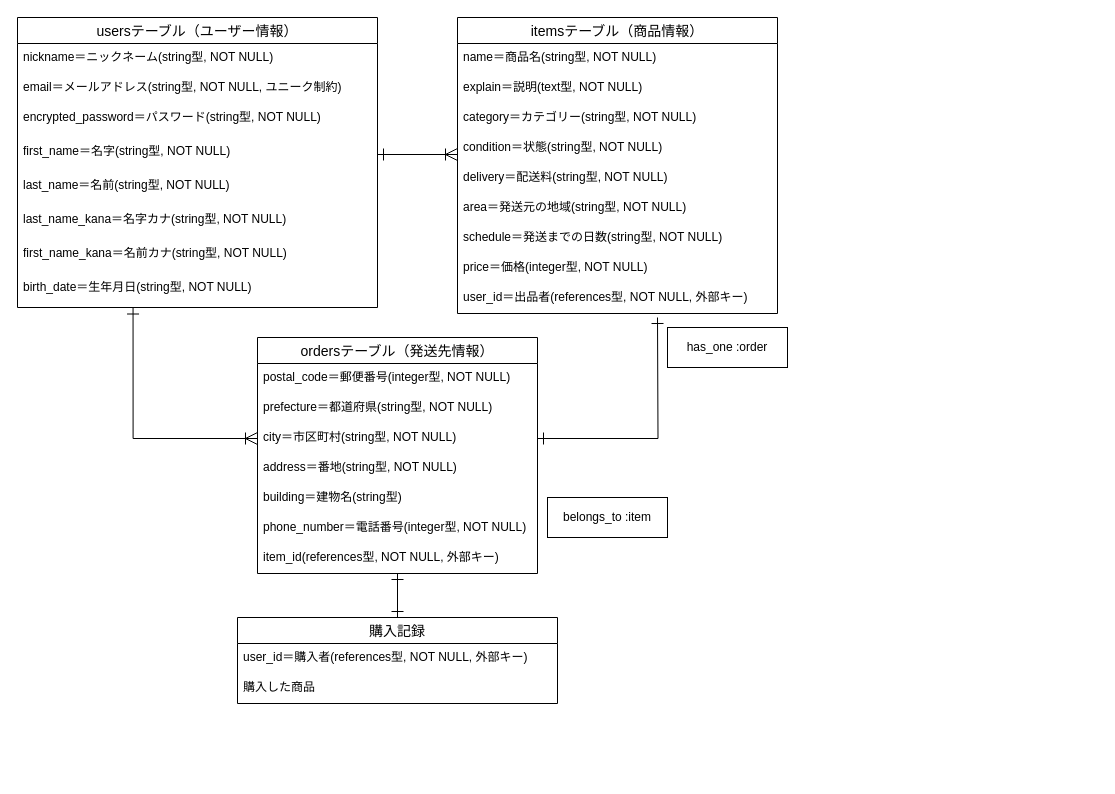
Earlier version of the draw.io diagram furima.dio (Nannaan/furima-39306). Source tidied: cells renumbered, new cells numbered last; positions are measured from the earlier drawing's top-left corner, leaving out a move shared by most shapes. Both pictures are drawn from the tidied source at 100%, with x=0, y=0 at pixel (17, 17).
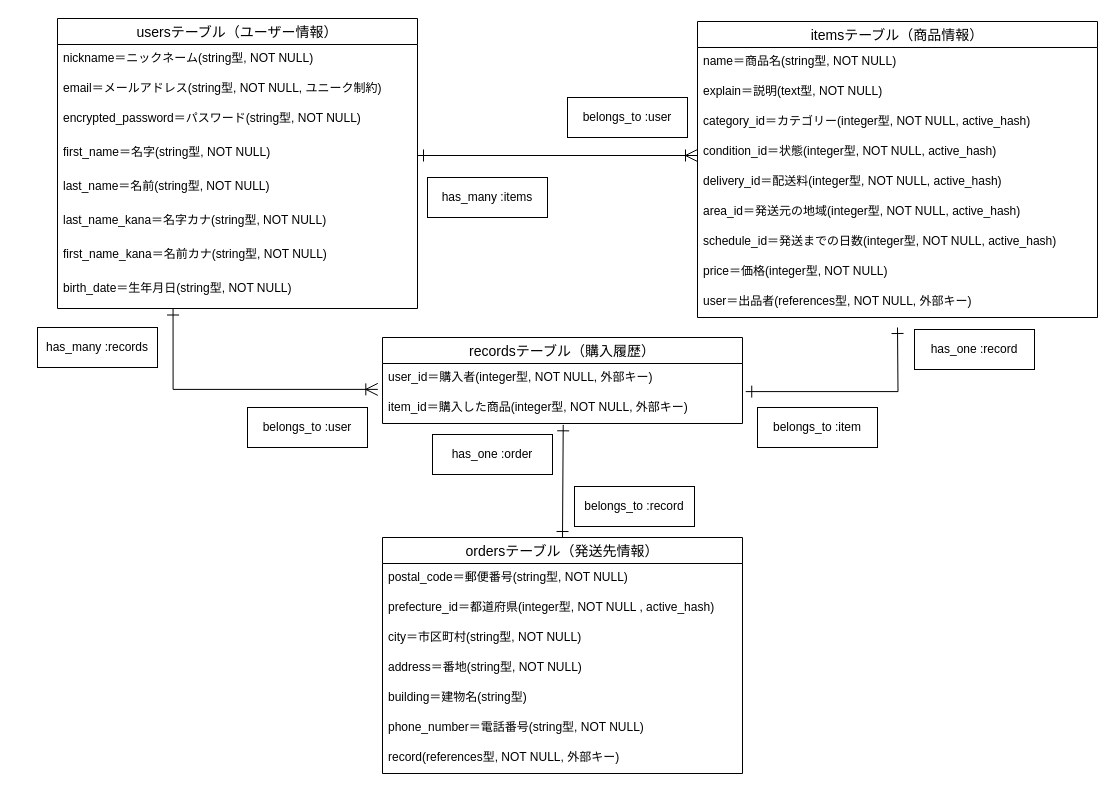
The same diagram, later.

The change refers to these unchanged cells:
```xml
<mxCell id="6" value="first_name＝名字(string型, NOT NULL)" style="text;strokeColor=none;fillColor=none;spacingLeft=4;spacingRight=4;overflow=hidden;points=[[0,0.5],[1,0.5]];portConstraint=eastwest;fontSize=12;" parent="2" vertex="1">
  <mxGeometry y="120" width="360" height="34" as="geometry" />
</mxCell>
<mxCell id="10" value="birth_date＝生年月日(string型, NOT NULL)" style="text;strokeColor=none;fillColor=none;spacingLeft=4;spacingRight=4;overflow=hidden;points=[[0,0.5],[1,0.5]];portConstraint=eastwest;fontSize=12;" parent="2" vertex="1">
  <mxGeometry y="256" width="360" height="34" as="geometry" />
</mxCell>
```

Change to the diagram source:
```diff
@@
     <mxCell id="2" value="usersテーブル（ユーザー情報）" style="swimlane;fontStyle=0;horizontal=1;startSize=26;align=center;fontSize=14;spacing=2;labelBackgroundColor=none;" parent="1" vertex="1">
-      <mxGeometry width="360" height="290" as="geometry" />
+      <mxGeometry x="40" y="1" width="360" height="290" as="geometry" />
     </mxCell>
@@
     <mxCell id="11" value="itemsテーブル（商品情報）" style="swimlane;fontStyle=0;horizontal=1;startSize=26;align=center;fontSize=14;" parent="1" vertex="1">
-      <mxGeometry x="440" width="320" height="296" as="geometry" />
+      <mxGeometry x="680" y="4" width="400" height="296" as="geometry" />
     </mxCell>
     <mxCell id="12" value="name＝商品名(string型, NOT NULL)" style="text;strokeColor=none;fillColor=none;spacingLeft=4;spacingRight=4;overflow=hidden;fontSize=12;" parent="11" vertex="1">
-      <mxGeometry y="26" width="320" height="30" as="geometry" />
+      <mxGeometry y="26" width="400" height="30" as="geometry" />
     </mxCell>
     <mxCell id="13" value="explain＝説明(text型, NOT NULL)" style="text;strokeColor=none;fillColor=none;spacingLeft=4;spacingRight=4;overflow=hidden;fontSize=12;labelBorderColor=none;" parent="11" vertex="1">
-      <mxGeometry y="56" width="320" height="30" as="geometry" />
+      <mxGeometry y="56" width="400" height="30" as="geometry" />
     </mxCell>
-    <mxCell id="14" value="category＝カテゴリー(string型, NOT NULL)" style="text;strokeColor=none;fillColor=none;spacingLeft=4;spacingRight=4;overflow=hidden;fontSize=12;" parent="11" vertex="1">
-      <mxGeometry y="86" width="320" height="30" as="geometry" />
+    <mxCell id="14" value="category_id＝カテゴリー(integer型, NOT NULL, active_hash)" style="text;strokeColor=none;fillColor=none;spacingLeft=4;spacingRight=4;overflow=hidden;fontSize=12;" parent="11" vertex="1">
+      <mxGeometry y="86" width="400" height="30" as="geometry" />
     </mxCell>
-    <mxCell id="15" value="condition＝状態(string型, NOT NULL)" style="text;strokeColor=none;fillColor=none;spacingLeft=4;spacingRight=4;overflow=hidden;fontSize=12;" parent="11" vertex="1">
-      <mxGeometry y="116" width="320" height="30" as="geometry" />
+    <mxCell id="15" value="condition_id＝状態(integer型, NOT NULL, active_hash)" style="text;strokeColor=none;fillColor=none;spacingLeft=4;spacingRight=4;overflow=hidden;fontSize=12;" parent="11" vertex="1">
+      <mxGeometry y="116" width="400" height="30" as="geometry" />
     </mxCell>
-    <mxCell id="16" value="delivery＝配送料(string型, NOT NULL)" style="text;strokeColor=none;fillColor=none;spacingLeft=4;spacingRight=4;overflow=hidden;fontSize=12;" parent="11" vertex="1">
-      <mxGeometry y="146" width="320" height="30" as="geometry" />
+    <mxCell id="16" value="delivery_id＝配送料(integer型, NOT NULL, active_hash)" style="text;strokeColor=none;fillColor=none;spacingLeft=4;spacingRight=4;overflow=hidden;fontSize=12;" parent="11" vertex="1">
+      <mxGeometry y="146" width="400" height="30" as="geometry" />
     </mxCell>
-    <mxCell id="17" value="area＝発送元の地域(string型, NOT NULL)" style="text;strokeColor=none;fillColor=none;spacingLeft=4;spacingRight=4;overflow=hidden;fontSize=12;" parent="11" vertex="1">
-      <mxGeometry y="176" width="320" height="30" as="geometry" />
+    <mxCell id="17" value="area_id＝発送元の地域(integer型, NOT NULL, active_hash)" style="text;strokeColor=none;fillColor=none;spacingLeft=4;spacingRight=4;overflow=hidden;fontSize=12;" parent="11" vertex="1">
+      <mxGeometry y="176" width="400" height="30" as="geometry" />
     </mxCell>
-    <mxCell id="18" value="schedule＝発送までの日数(string型, NOT NULL)" style="text;strokeColor=none;fillColor=none;spacingLeft=4;spacingRight=4;overflow=hidden;fontSize=12;" parent="11" vertex="1">
-      <mxGeometry y="206" width="320" height="30" as="geometry" />
+    <mxCell id="18" value="schedule_id＝発送までの日数(integer型, NOT NULL, active_hash)" style="text;strokeColor=none;fillColor=none;spacingLeft=4;spacingRight=4;overflow=hidden;fontSize=12;" parent="11" vertex="1">
+      <mxGeometry y="206" width="400" height="30" as="geometry" />
     </mxCell>
     <mxCell id="19" value="price＝価格(integer型, NOT NULL)" style="text;strokeColor=none;fillColor=none;spacingLeft=4;spacingRight=4;overflow=hidden;fontSize=12;" parent="11" vertex="1">
-      <mxGeometry y="236" width="320" height="30" as="geometry" />
+      <mxGeometry y="236" width="400" height="30" as="geometry" />
     </mxCell>
-    <mxCell id="20" value="user_id＝出品者(references型, NOT NULL, 外部キー)" style="text;strokeColor=none;fillColor=none;spacingLeft=4;spacingRight=4;overflow=hidden;fontSize=12;" parent="11" vertex="1">
-      <mxGeometry y="266" width="320" height="30" as="geometry" />
+    <mxCell id="20" value="user＝出品者(references型, NOT NULL, 外部キー)" style="text;strokeColor=none;fillColor=none;spacingLeft=4;spacingRight=4;overflow=hidden;fontSize=12;" parent="11" vertex="1">
+      <mxGeometry y="266" width="400" height="30" as="geometry" />
     </mxCell>
-    <mxCell id="21" style="edgeStyle=orthogonalEdgeStyle;rounded=0;jumpSize=0;html=1;entryX=0.5;entryY=0;entryDx=0;entryDy=0;startArrow=ERone;startFill=0;endArrow=ERone;endFill=0;startSize=10;endSize=10;sourcePerimeterSpacing=0;" parent="1" edge="1" source="22" target="32">
-      <mxGeometry relative="1" as="geometry" />
-    </mxCell>
+    <mxCell id="38" style="edgeStyle=none;rounded=0;jumpSize=0;html=1;exitX=0.5;exitY=0;exitDx=0;exitDy=0;entryX=0.502;entryY=1.044;entryDx=0;entryDy=0;entryPerimeter=0;startArrow=ERone;startFill=0;endArrow=ERone;endFill=0;startSize=10;endSize=10;sourcePerimeterSpacing=0;" parent="1" edge="1" source="22" target="34">
+      <mxGeometry relative="1" as="geometry" />
+    </mxCell>
     <mxCell id="22" value="ordersテーブル（発送先情報）" style="swimlane;fontStyle=0;horizontal=1;startSize=26;align=center;fontSize=14;" parent="1" vertex="1">
-      <mxGeometry x="240" y="320" width="280" height="236" as="geometry" />
+      <mxGeometry x="365" y="520" width="360" height="236" as="geometry" />
     </mxCell>
-    <mxCell id="23" value="postal_code＝郵便番号(integer型, NOT NULL)" style="text;strokeColor=none;fillColor=none;spacingLeft=4;spacingRight=4;overflow=hidden;fontSize=12;" parent="22" vertex="1">
-      <mxGeometry y="26" width="280" height="30" as="geometry" />
+    <mxCell id="23" value="postal_code＝郵便番号(string型, NOT NULL)" style="text;strokeColor=none;fillColor=none;spacingLeft=4;spacingRight=4;overflow=hidden;fontSize=12;" parent="22" vertex="1">
+      <mxGeometry y="26" width="360" height="30" as="geometry" />
     </mxCell>
-    <mxCell id="24" value="prefecture＝都道府県(string型, NOT NULL)" style="text;strokeColor=none;fillColor=none;spacingLeft=4;spacingRight=4;overflow=hidden;fontSize=12;" parent="22" vertex="1">
-      <mxGeometry y="56" width="280" height="30" as="geometry" />
+    <mxCell id="24" value="prefecture_id＝都道府県(integer型, NOT NULL , active_hash)" style="text;strokeColor=none;fillColor=none;spacingLeft=4;spacingRight=4;overflow=hidden;fontSize=12;" parent="22" vertex="1">
+      <mxGeometry y="56" width="360" height="30" as="geometry" />
     </mxCell>
     <mxCell id="25" value="city＝市区町村(string型, NOT NULL)" style="text;strokeColor=none;fillColor=none;spacingLeft=4;spacingRight=4;overflow=hidden;points=[[0,0.5],[1,0.5]];portConstraint=eastwest;fontSize=12;" parent="22" vertex="1">
-      <mxGeometry y="86" width="280" height="30" as="geometry" />
+      <mxGeometry y="86" width="360" height="30" as="geometry" />
     </mxCell>
     <mxCell id="26" value="address＝番地(string型, NOT NULL)" style="text;strokeColor=none;fillColor=none;spacingLeft=4;spacingRight=4;overflow=hidden;fontSize=12;" parent="22" vertex="1">
-      <mxGeometry y="116" width="280" height="30" as="geometry" />
+      <mxGeometry y="116" width="360" height="30" as="geometry" />
     </mxCell>
     <mxCell id="27" value="building＝建物名(string型)" style="text;strokeColor=none;fillColor=none;spacingLeft=4;spacingRight=4;overflow=hidden;fontSize=12;" parent="22" vertex="1">
-      <mxGeometry y="146" width="280" height="30" as="geometry" />
+      <mxGeometry y="146" width="360" height="30" as="geometry" />
     </mxCell>
-    <mxCell id="28" value="phone_number＝電話番号(integer型, NOT NULL)" style="text;strokeColor=none;fillColor=none;spacingLeft=4;spacingRight=4;overflow=hidden;fontSize=12;" parent="22" vertex="1">
-      <mxGeometry y="176" width="280" height="30" as="geometry" />
+    <mxCell id="28" value="phone_number＝電話番号(string型, NOT NULL)" style="text;strokeColor=none;fillColor=none;spacingLeft=4;spacingRight=4;overflow=hidden;fontSize=12;" parent="22" vertex="1">
+      <mxGeometry y="176" width="360" height="30" as="geometry" />
     </mxCell>
-    <mxCell id="29" value="item_id(references型, NOT NULL, 外部キー)" style="text;strokeColor=none;fillColor=none;spacingLeft=4;spacingRight=4;overflow=hidden;fontSize=12;" parent="22" vertex="1">
-      <mxGeometry y="206" width="280" height="30" as="geometry" />
+    <mxCell id="29" value="record(references型, NOT NULL, 外部キー)" style="text;strokeColor=none;fillColor=none;spacingLeft=4;spacingRight=4;overflow=hidden;fontSize=12;" parent="22" vertex="1">
+      <mxGeometry y="206" width="360" height="30" as="geometry" />
     </mxCell>
-    <mxCell id="30" style="html=1;exitX=0;exitY=0.5;exitDx=0;exitDy=0;entryX=0.321;entryY=1.015;entryDx=0;entryDy=0;entryPerimeter=0;startArrow=ERoneToMany;startFill=0;endArrow=ERone;endFill=0;startSize=10;endSize=10;jumpSize=0;edgeStyle=orthogonalEdgeStyle;rounded=0;" parent="1" edge="1" source="25" target="10">
+    <mxCell id="30" style="html=1;exitX=-0.013;exitY=-0.137;exitDx=0;exitDy=0;entryX=0.321;entryY=1.015;entryDx=0;entryDy=0;entryPerimeter=0;startArrow=ERoneToMany;startFill=0;endArrow=ERone;endFill=0;startSize=10;endSize=10;jumpSize=0;edgeStyle=orthogonalEdgeStyle;rounded=0;exitPerimeter=0;" parent="1" edge="1" source="34" target="10">
       <mxGeometry relative="1" as="geometry" />
     </mxCell>
-    <mxCell id="31" style="html=1;exitX=1;exitY=0.5;exitDx=0;exitDy=0;startArrow=ERone;startFill=0;endArrow=ERone;endFill=0;startSize=10;endSize=10;jumpSize=0;edgeStyle=orthogonalEdgeStyle;rounded=0;sourcePerimeterSpacing=0;" parent="1" edge="1" source="25">
+    <mxCell id="31" style="html=1;exitX=1.009;exitY=-0.063;exitDx=0;exitDy=0;startArrow=ERone;startFill=0;endArrow=ERone;endFill=0;startSize=10;endSize=10;jumpSize=0;edgeStyle=orthogonalEdgeStyle;rounded=0;sourcePerimeterSpacing=0;exitPerimeter=0;" parent="1" edge="1" source="34">
       <mxGeometry relative="1" as="geometry">
-        <mxPoint x="640" y="300" as="targetPoint" />
+        <mxPoint x="880" y="310" as="targetPoint" />
       </mxGeometry>
     </mxCell>
-    <mxCell id="32" value="購入記録" style="swimlane;fontStyle=0;horizontal=1;startSize=26;align=center;fontSize=14;" parent="1" vertex="1">
-      <mxGeometry x="220" y="600" width="320" height="86" as="geometry" />
+    <mxCell id="32" value="recordsテーブル（購入履歴）" style="swimlane;fontStyle=0;horizontal=1;startSize=26;align=center;fontSize=14;" parent="1" vertex="1">
+      <mxGeometry x="365" y="320" width="360" height="86" as="geometry" />
     </mxCell>
-    <mxCell id="33" value="user_id＝購入者(references型, NOT NULL, 外部キー)" style="text;strokeColor=none;fillColor=none;spacingLeft=4;spacingRight=4;overflow=hidden;fontSize=12;" parent="32" vertex="1">
-      <mxGeometry y="26" width="320" height="30" as="geometry" />
+    <mxCell id="33" value="user_id＝購入者(integer型, NOT NULL, 外部キー)" style="text;strokeColor=none;fillColor=none;spacingLeft=4;spacingRight=4;overflow=hidden;fontSize=12;" parent="32" vertex="1">
+      <mxGeometry y="26" width="360" height="30" as="geometry" />
     </mxCell>
-    <mxCell id="34" value="購入した商品" style="text;strokeColor=none;fillColor=none;spacingLeft=4;spacingRight=4;overflow=hidden;points=[[0,0.5],[1,0.5]];portConstraint=eastwest;fontSize=12;" parent="32" vertex="1">
-      <mxGeometry y="56" width="320" height="30" as="geometry" />
+    <mxCell id="34" value="item_id＝購入した商品(integer型, NOT NULL, 外部キー)" style="text;strokeColor=none;fillColor=none;spacingLeft=4;spacingRight=4;overflow=hidden;points=[[0,0.5],[1,0.5]];portConstraint=eastwest;fontSize=12;" parent="32" vertex="1">
+      <mxGeometry y="56" width="360" height="30" as="geometry" />
     </mxCell>
-    <mxCell id="35" style="rounded=0;jumpSize=0;html=1;exitX=1;exitY=0.5;exitDx=0;exitDy=0;startArrow=ERone;startFill=0;endArrow=ERoneToMany;endFill=0;sourcePerimeterSpacing=0;endSize=10;startSize=10;" parent="1" edge="1" source="6">
+    <mxCell id="35" style="rounded=0;jumpSize=0;html=1;startArrow=ERone;startFill=0;endArrow=ERoneToMany;endFill=0;sourcePerimeterSpacing=0;endSize=10;startSize=10;exitX=1;exitY=0.5;exitDx=0;exitDy=0;" parent="1" edge="1" source="6">
       <mxGeometry relative="1" as="geometry">
-        <mxPoint x="440" y="137" as="targetPoint" />
+        <mxPoint x="680" y="138" as="targetPoint" />
       </mxGeometry>
     </mxCell>
-    <mxCell id="36" value="has_one :order" style="whiteSpace=wrap;html=1;align=center;labelBackgroundColor=none;labelBorderColor=none;strokeColor=default;" parent="1" vertex="1">
-      <mxGeometry x="650" y="310" width="120" height="40" as="geometry" />
+    <mxCell id="36" value="has_one :record" style="whiteSpace=wrap;html=1;align=center;labelBackgroundColor=none;labelBorderColor=none;strokeColor=default;" parent="1" vertex="1">
+      <mxGeometry x="897" y="312" width="120" height="40" as="geometry" />
     </mxCell>
     <mxCell id="37" value="belongs_to :item" style="whiteSpace=wrap;html=1;align=center;labelBackgroundColor=none;labelBorderColor=none;strokeColor=default;" parent="1" vertex="1">
-      <mxGeometry x="530" y="480" width="120" height="40" as="geometry" />
+      <mxGeometry x="740" y="390" width="120" height="40" as="geometry" />
     </mxCell>
+    <mxCell id="39" value="belongs_to :user" style="whiteSpace=wrap;html=1;align=center;labelBackgroundColor=none;labelBorderColor=none;strokeColor=default;" parent="1" vertex="1">
+      <mxGeometry x="230" y="390" width="120" height="40" as="geometry" />
+    </mxCell>
+    <mxCell id="40" value="has_many :records" style="whiteSpace=wrap;html=1;align=center;labelBackgroundColor=none;labelBorderColor=none;strokeColor=default;" parent="1" vertex="1">
+      <mxGeometry x="20" y="310" width="120" height="40" as="geometry" />
+    </mxCell>
+    <mxCell id="41" value="belongs_to :user" style="whiteSpace=wrap;html=1;align=center;labelBackgroundColor=none;labelBorderColor=none;strokeColor=default;" parent="1" vertex="1">
+      <mxGeometry x="550" y="80" width="120" height="40" as="geometry" />
+    </mxCell>
+    <mxCell id="42" value="has_many :items" style="whiteSpace=wrap;html=1;align=center;labelBackgroundColor=none;labelBorderColor=none;strokeColor=default;" parent="1" vertex="1">
+      <mxGeometry x="410" y="160" width="120" height="40" as="geometry" />
+    </mxCell>
+    <mxCell id="43" value="has_one :order" style="whiteSpace=wrap;html=1;align=center;labelBackgroundColor=none;labelBorderColor=none;strokeColor=default;" parent="1" vertex="1">
+      <mxGeometry x="415" y="417" width="120" height="40" as="geometry" />
+    </mxCell>
+    <mxCell id="44" value="belongs_to :record" style="whiteSpace=wrap;html=1;align=center;labelBackgroundColor=none;labelBorderColor=none;strokeColor=default;" parent="1" vertex="1">
+      <mxGeometry x="557" y="469" width="120" height="40" as="geometry" />
+    </mxCell>
```
